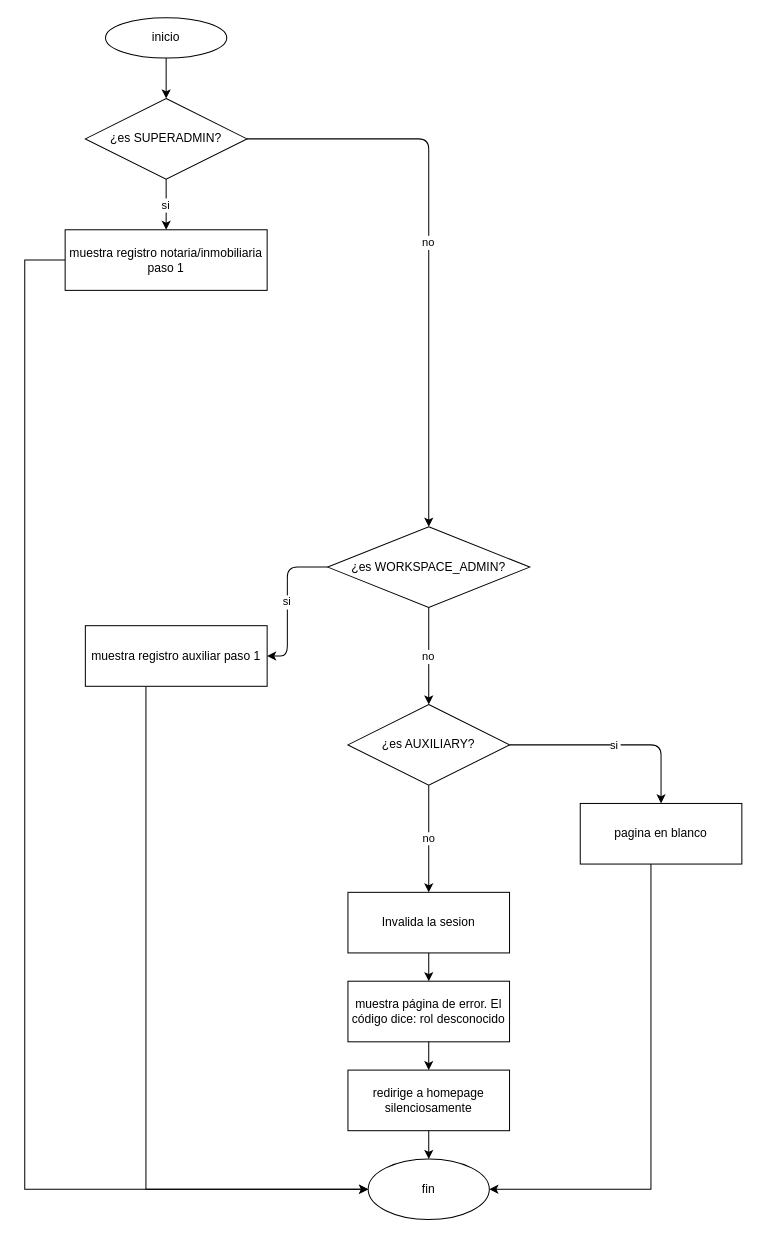
This is docs/flujos/post-login.drawio from Cromeror/pld-workspace, a draw.io file, before an edit. Source tidied: cells renumbered, new cells numbered last; positions are measured from the earlier drawing's top-left corner, leaving out a move shared by most shapes. Both pictures are drawn from the tidied source at 101%, with x=0, y=0 at pixel (24, 17).
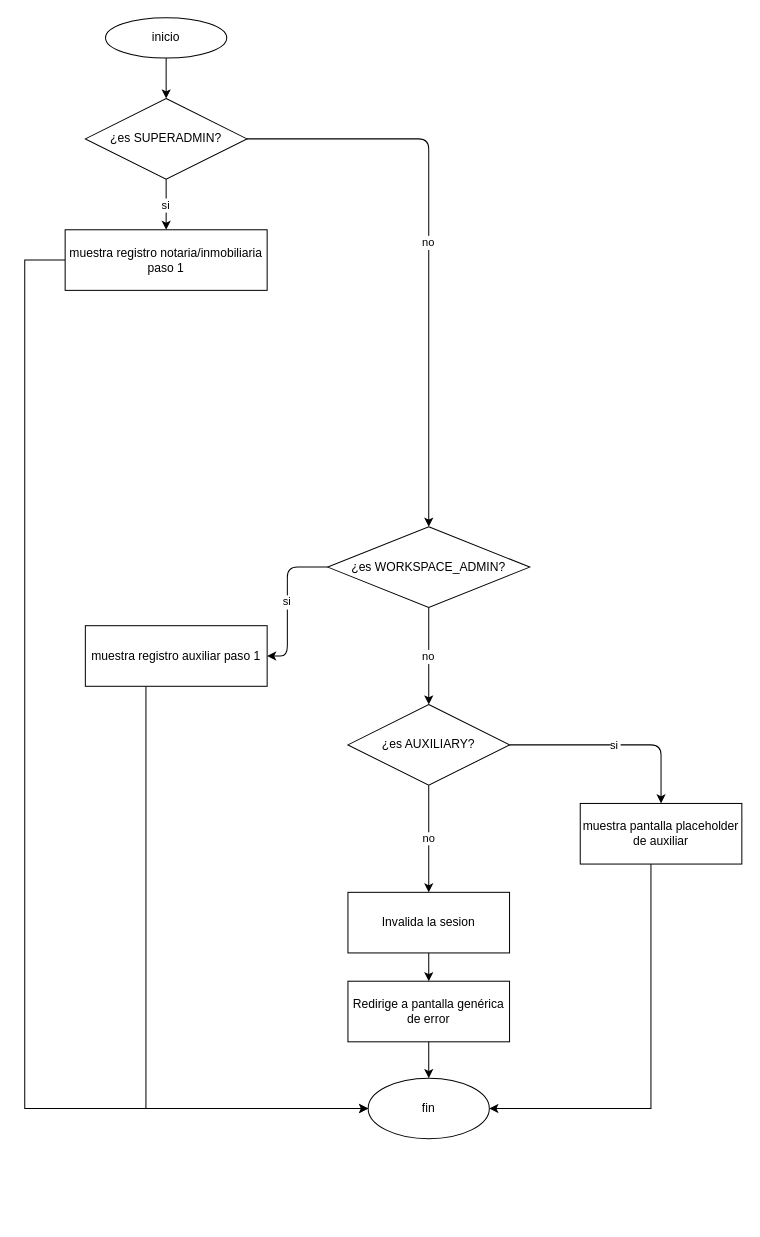
The same page after the edit.

Commit message (it also covers changes not shown here):
docs(flujos): alinear post-login y cambio-workspace con implementacion actual

Unchanged cells that the change refers to:
```xml
<mxCell id="5" value="muestra registro notaria/inmobiliaria paso 1" style="rounded=0;whiteSpace=wrap;html=1;" parent="1" vertex="1">
  <mxGeometry x="40" y="210" width="200" height="60" as="geometry" />
</mxCell>
<mxCell id="8" value="muestra registro auxiliar paso 1" style="rounded=0;whiteSpace=wrap;html=1;" parent="1" vertex="1">
  <mxGeometry x="60" y="602" width="180" height="60" as="geometry" />
</mxCell>
```

What changed in the source:
```diff
@@
     <mxCell id="4" style="edgeStyle=orthogonalEdgeStyle;rounded=0;jettySize=auto;html=1;" parent="1" edge="1" source="5" target="23">
       <mxGeometry relative="1" as="geometry">
         <Array as="points">
           <mxPoint y="240" />
-          <mxPoint y="1160" />
+          <mxPoint y="1080" />
         </Array>
       </mxGeometry>
     </mxCell>
@@
     <mxCell id="7" style="edgeStyle=orthogonalEdgeStyle;rounded=0;jettySize=auto;html=1;entryX=0;entryY=0.5;entryDx=0;entryDy=0;" parent="1" edge="1" source="8" target="23">
       <mxGeometry relative="1" as="geometry">
         <Array as="points">
-          <mxPoint x="120" y="1160" />
+          <mxPoint x="120" y="1080" />
         </Array>
       </mxGeometry>
     </mxCell>
@@
     <mxCell id="11" style="edgeStyle=orthogonalEdgeStyle;rounded=0;jettySize=auto;html=1;entryX=1;entryY=0.5;entryDx=0;entryDy=0;" parent="1" edge="1" source="12" target="23">
       <mxGeometry relative="1" as="geometry">
         <Array as="points">
-          <mxPoint x="620" y="1160" />
+          <mxPoint x="620" y="1080" />
         </Array>
       </mxGeometry>
     </mxCell>
-    <mxCell id="12" value="pagina en blanco" style="rounded=0;whiteSpace=wrap;html=1;" parent="1" vertex="1">
+    <mxCell id="12" value="muestra pantalla placeholder de auxiliar" style="rounded=0;whiteSpace=wrap;html=1;" parent="1" vertex="1">
       <mxGeometry x="550" y="778" width="160" height="60" as="geometry" />
     </mxCell>
@@
-    <mxCell id="19" style="edgeStyle=orthogonalEdgeStyle;rounded=0;jettySize=auto;html=1;" parent="1" edge="1" source="25" target="23">
-      <mxGeometry relative="1" as="geometry" />
-    </mxCell>
-    <mxCell id="20" value="muestra página de error. El código dice: rol desconocido" style="rounded=0;whiteSpace=wrap;html=1;" parent="1" vertex="1">
+    <mxCell id="20" value="Redirige a pantalla genérica de error" style="rounded=0;whiteSpace=wrap;html=1;" parent="1" vertex="1">
       <mxGeometry x="320" y="954" width="160" height="60" as="geometry" />
     </mxCell>
@@
     <mxCell id="23" value="fin" style="ellipse;whiteSpace=wrap;html=1;" parent="1" vertex="1">
-      <mxGeometry x="340" y="1130" width="120" height="60" as="geometry" />
+      <mxGeometry x="340" y="1050" width="120" height="60" as="geometry" />
     </mxCell>
-    <mxCell id="24" style="edgeStyle=orthogonalEdgeStyle;rounded=0;jettySize=auto;html=1;" parent="1" edge="1" source="20" target="25">
+    <mxCell id="24" style="edgeStyle=orthogonalEdgeStyle;rounded=0;jettySize=auto;html=1;" parent="1" edge="1" source="20" target="23">
       <mxGeometry relative="1" as="geometry" />
     </mxCell>
-    <mxCell id="25" value="redirige a homepage silenciosamente" style="rounded=0;whiteSpace=wrap;html=1;" parent="1" vertex="1">
-      <mxGeometry x="320" y="1042" width="160" height="60" as="geometry" />
-    </mxCell>
```
